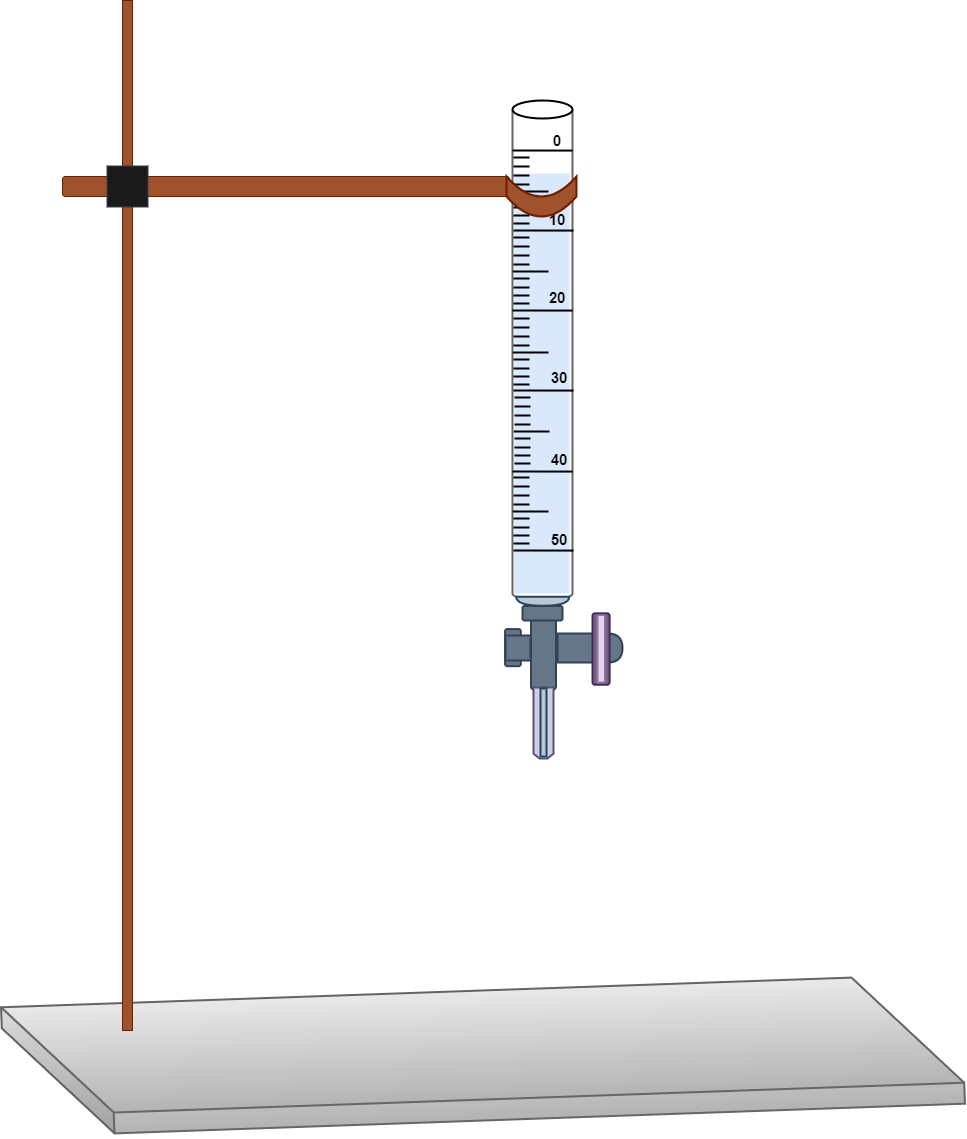
virtual-labs/exp-ph-isoelectric-point-iitkgp keeps this draw.io diagram as experiment/simulation/images/burette_stand.png. Above is the earlier version. Source tidied: cells renumbered, new cells last; positions are measured from the earlier drawing's top-left corner, leaving out a move shared by most shapes.
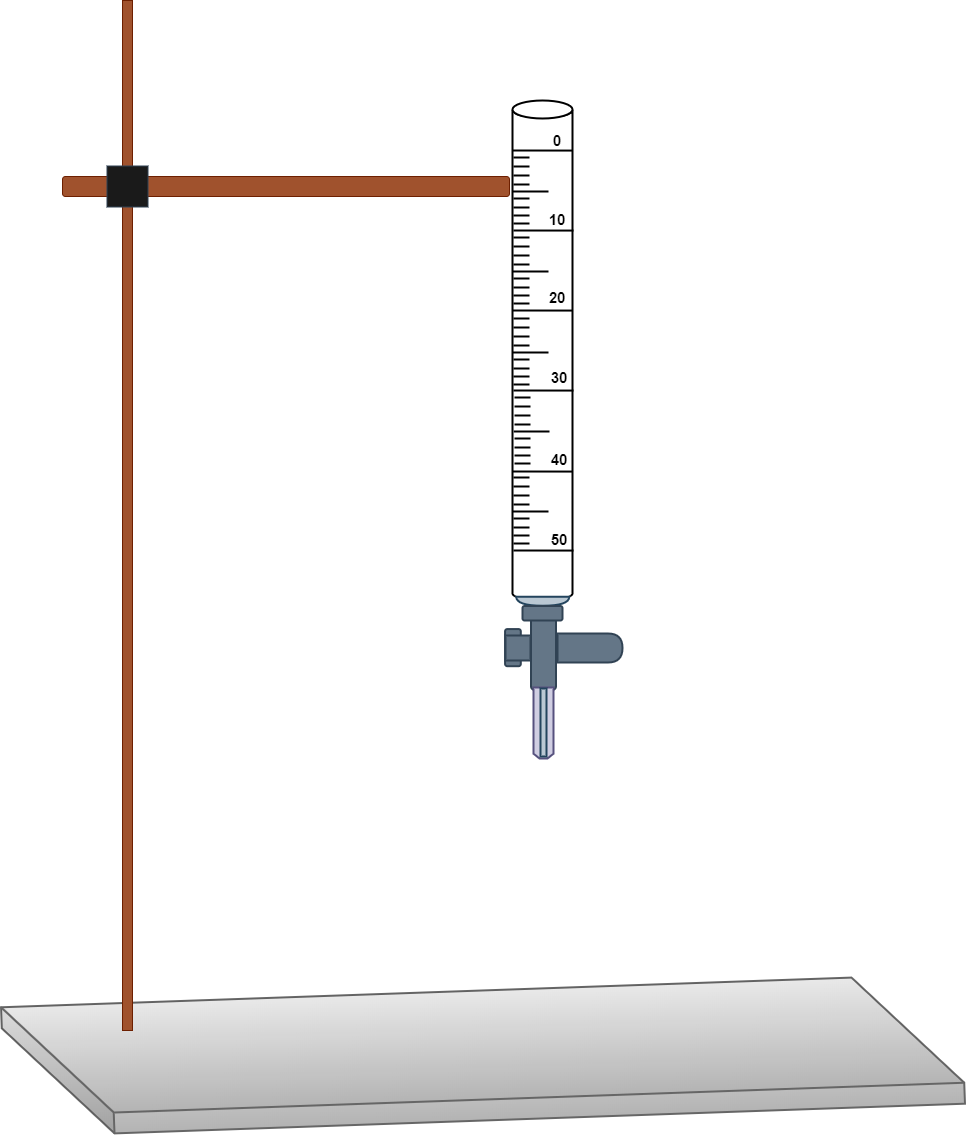
After the change.

The edit, as a diff of the source:
```diff
@@ -2,9 +2,9 @@
   <root>
     <mxCell id="0" />
     <mxCell id="1" parent="0" />
-    <mxCell id="2" style="rounded=0;whiteSpace=wrap;html=1;fillColor=#dae8fc;strokeColor=none;" parent="1" vertex="1">
-      <mxGeometry x="511" y="173" width="55" height="420" as="geometry" />
-    </mxCell>
+    <mxCell id="7" style="shape=cylinder3;whiteSpace=wrap;html=1;boundedLbl=1;backgroundOutline=1;size=7;lid=0;strokeWidth=2;fillColor=none;" parent="1" vertex="1">
+      <mxGeometry x="509" y="110" width="60" height="490" as="geometry" />
+    </mxCell>
     <mxCell id="3" style="rounded=1;whiteSpace=wrap;html=1;fillColor=#a0522d;fontColor=#ffffff;strokeColor=#6D1F00;" parent="1" vertex="1">
       <mxGeometry x="59" y="176" width="447" height="20" as="geometry" />
     </mxCell>
@@ -17,9 +17,6 @@
     <mxCell id="6" style="rounded=0;whiteSpace=wrap;html=1;fillColor=#a0522d;fontColor=#ffffff;strokeColor=#6D1F00;" parent="1" vertex="1">
       <mxGeometry x="119" width="10" height="1030" as="geometry" />
     </mxCell>
-    <mxCell id="7" style="shape=cylinder3;whiteSpace=wrap;html=1;boundedLbl=1;backgroundOutline=1;size=7;lid=0;strokeWidth=2;fillColor=none;strokeColor=#666666;fontColor=#333333;" parent="1" vertex="1">
-      <mxGeometry x="509" y="110" width="60" height="490" as="geometry" />
-    </mxCell>
     <mxCell id="8" style="ellipse;whiteSpace=wrap;html=1;strokeWidth=2;" parent="1" vertex="1">
       <mxGeometry x="509" y="100" width="60" height="18" as="geometry" />
     </mxCell>
@@ -38,12 +35,6 @@
     <mxCell id="13" style="shape=delay;whiteSpace=wrap;html=1;strokeWidth=2;fillColor=#647687;fontColor=#ffffff;strokeColor=#314354;" parent="1" vertex="1">
       <mxGeometry x="554" y="633" width="65" height="29" as="geometry" />
     </mxCell>
-    <mxCell id="14" style="rounded=1;whiteSpace=wrap;html=1;rotation=90;strokeWidth=2;fillColor=#76608a;fontColor=#ffffff;strokeColor=#432D57;" parent="1" vertex="1">
-      <mxGeometry x="561.9" y="640" width="71.4" height="17.1" as="geometry" />
-    </mxCell>
-    <mxCell id="15" style="rounded=1;whiteSpace=wrap;html=1;rotation=90;strokeWidth=2;fillColor=#e1d5e7;strokeColor=#9673a6;" parent="1" vertex="1">
-      <mxGeometry x="564" y="644.9" width="67.1" height="7.1" as="geometry" />
-    </mxCell>
     <mxCell id="16" style="shape=loopLimit;whiteSpace=wrap;html=1;rotation=-180;size=6;strokeWidth=2;fillColor=#d0cee2;strokeColor=#56517e;" parent="1" vertex="1">
       <mxGeometry x="530" y="687" width="20" height="71" as="geometry" />
     </mxCell>
@@ -377,8 +368,5 @@
     <mxCell id="75" style="whiteSpace=wrap;html=1;fillColor=#1A1A1A;fontColor=#ffffff;strokeColor=#314354;" parent="1" vertex="1">
       <mxGeometry x="103.5" y="165.5" width="41" height="41" as="geometry" />
     </mxCell>
-    <mxCell id="76" style="shape=dataStorage;whiteSpace=wrap;html=1;fixedSize=1;rotation=-90;strokeWidth=2;fillColor=#a0522d;fontColor=#ffffff;strokeColor=#6D1F00;" parent="1" vertex="1">
-      <mxGeometry x="518" y="161" width="40" height="70" as="geometry" />
-    </mxCell>
   </root>
 </mxGraphModel>
```
